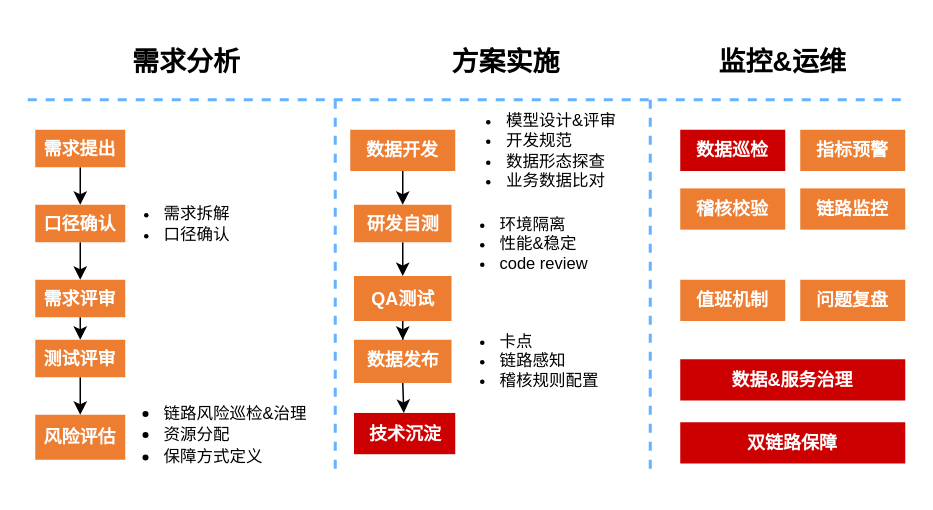
Before: mt质量保障.drawio in mineminemine123/work-wiki, a draw.io diagram. Source tidied: cells renumbered, new cells numbered last; positions are measured from the earlier drawing's top-left corner, leaving out a move shared by most shapes. Both pictures are drawn from the tidied source at 150%, with x=0, y=0 at pixel (27, 39).
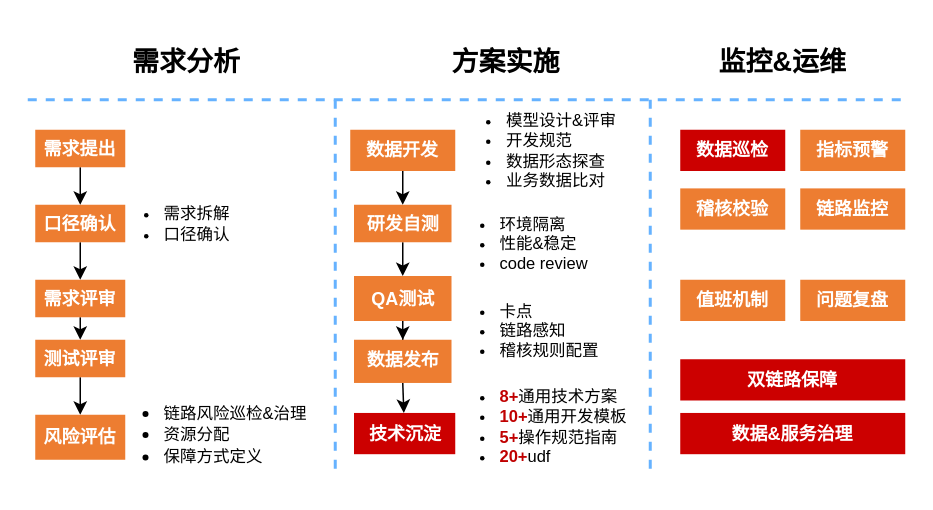
The same page after the edit.

Commit message:
更新mt质量保障.drawio

Diff of the diagram source:
```diff
@@
     <mxCell id="16" value="&lt;div style=&quot;font-size: 11px;&quot;&gt;&lt;ul style=&quot;font-size: 11px;&quot;&gt;&lt;li style=&quot;font-size: 11px;&quot;&gt;&lt;span style=&quot;font-size: 11px;&quot;&gt;卡点&lt;/span&gt;&lt;/li&gt;&lt;li style=&quot;font-size: 11px;&quot;&gt;链路感知&lt;/li&gt;&lt;li style=&quot;font-size: 11px;&quot;&gt;稽核规则配置&lt;/li&gt;&lt;/ul&gt;&lt;/div&gt;" style="text;html=1;strokeColor=none;fillColor=none;align=left;verticalAlign=middle;whiteSpace=wrap;rounded=0;dashed=1;fontSize=11;fontFamily=微软雅黑;" parent="1" vertex="1">
-      <mxGeometry x="272.5" y="195" width="114" height="38.8" as="geometry" />
+      <mxGeometry x="272.5" y="174.2" width="114" height="38.8" as="geometry" />
     </mxCell>
@@
     <mxCell id="30" value="&lt;font color=&quot;#ffffff&quot;&gt;&lt;b&gt;数据&amp;amp;服务治理&lt;/b&gt;&lt;/font&gt;" style="rounded=0;whiteSpace=wrap;html=1;strokeColor=none;fillColor=#CC0000;fontFamily=微软雅黑;" parent="1" vertex="1">
-      <mxGeometry x="435" y="213" width="150" height="27.5" as="geometry" />
+      <mxGeometry x="435" y="248.8" width="150" height="27.5" as="geometry" />
     </mxCell>
@@
     <mxCell id="36" value="&lt;font color=&quot;#ffffff&quot;&gt;&lt;b&gt;双链路保障&lt;/b&gt;&lt;/font&gt;" style="rounded=0;whiteSpace=wrap;html=1;strokeColor=none;fillColor=#CC0000;fontFamily=微软雅黑;" parent="1" vertex="1">
-      <mxGeometry x="435" y="255" width="150" height="27.5" as="geometry" />
+      <mxGeometry x="435" y="213" width="150" height="27.5" as="geometry" />
     </mxCell>
@@
+    <mxCell id="39" value="&lt;div style=&quot;font-size: 11px;&quot;&gt;&lt;ul&gt;&lt;li&gt;&lt;span style=&quot;background-color: initial;&quot;&gt;&lt;b style=&quot;color: rgb(192, 0, 0);&quot;&gt;8+&lt;/b&gt;通用&lt;/span&gt;&lt;span style=&quot;background-color: initial;&quot;&gt;技术方案&lt;/span&gt;&lt;/li&gt;&lt;li&gt;&lt;span style=&quot;background-color: initial; font-weight: bold;&quot;&gt;&lt;font color=&quot;#c00000&quot;&gt;10&lt;/font&gt;&lt;/span&gt;&lt;span style=&quot;background-color: initial; color: rgb(192, 0, 0); font-weight: bold;&quot;&gt;+&lt;/span&gt;&lt;span style=&quot;background-color: initial;&quot;&gt;通用开发模板&lt;/span&gt;&lt;/li&gt;&lt;li&gt;&lt;span style=&quot;background-color: initial; font-weight: bold;&quot;&gt;&lt;font color=&quot;#c00000&quot;&gt;5+&lt;/font&gt;&lt;/span&gt;&lt;span style=&quot;background-color: initial;&quot;&gt;操作规范指南&lt;/span&gt;&lt;/li&gt;&lt;li&gt;&lt;span style=&quot;background-color: initial; color: rgb(192, 0, 0); font-weight: bold;&quot;&gt;20+&lt;/span&gt;&lt;span style=&quot;background-color: initial;&quot;&gt;udf&lt;/span&gt;&lt;/li&gt;&lt;/ul&gt;&lt;/div&gt;" style="text;html=1;strokeColor=none;fillColor=none;align=left;verticalAlign=middle;whiteSpace=wrap;rounded=0;dashed=1;fontSize=11;fontFamily=微软雅黑;" parent="1" vertex="1">
+      <mxGeometry x="272.5" y="228.8" width="150" height="58.8" as="geometry" />
+    </mxCell>
```
